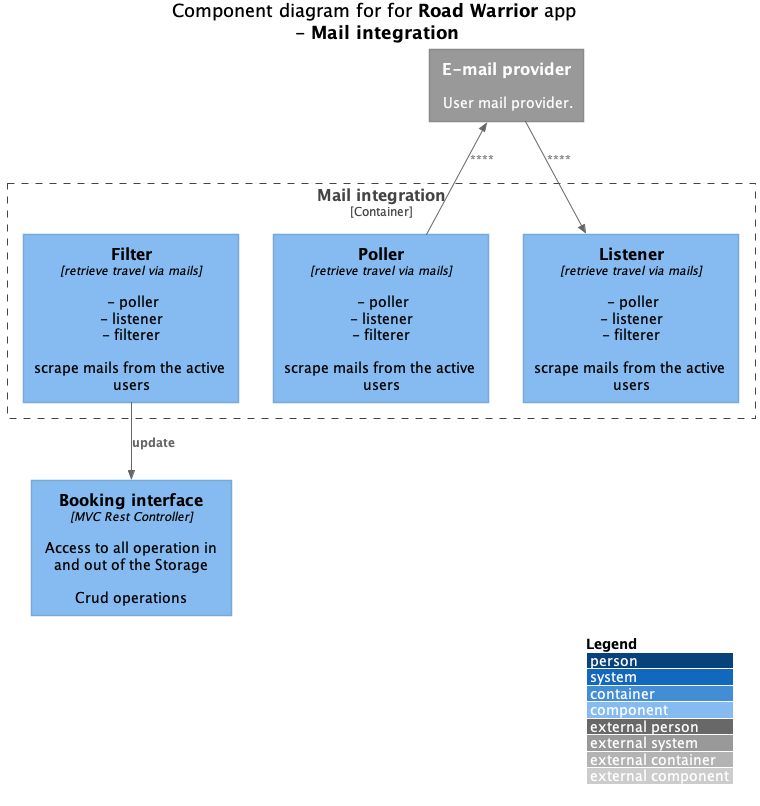
Before: doc/diagrams/c4-component_mail-integration.png, a diagram exported from PlantUML (relic-da/ArchEnemies). The source it was exported from:
```plantuml
@startuml
!include <c4/C4_Component.puml>

LAYOUT_WITH_LEGEND()

title Component diagram for for **Road Warrior** app\n - **Mail integration**


Container_Boundary(mail_integration, "Mail integration") {
    Component(mail_poller, "Poller", "retrieve travel via mails", "- poller\n- listener\n- filterer\n\nscrape mails from the active users")
    Component(mail_listener, "Listener", "retrieve travel via mails", "- poller\n- listener\n- filterer\n\nscrape mails from the active users")
    Component(mail_filter, "Filter", "retrieve travel via mails", "- poller\n- listener\n- filterer\n\nscrape mails from the active users")


}

Component(booking_interface, "Booking interface", "MVC Rest Controller", "Access to all operation in and out of the Storage\n\nCrud operations")

System_Ext(email_provider, "E-mail provider", "User mail provider.")


Rel(mail_filter, booking_interface, "update")
Rel(email_provider, mail_listener, "")
Rel_Back(email_provider, mail_poller, "")



@enduml
```
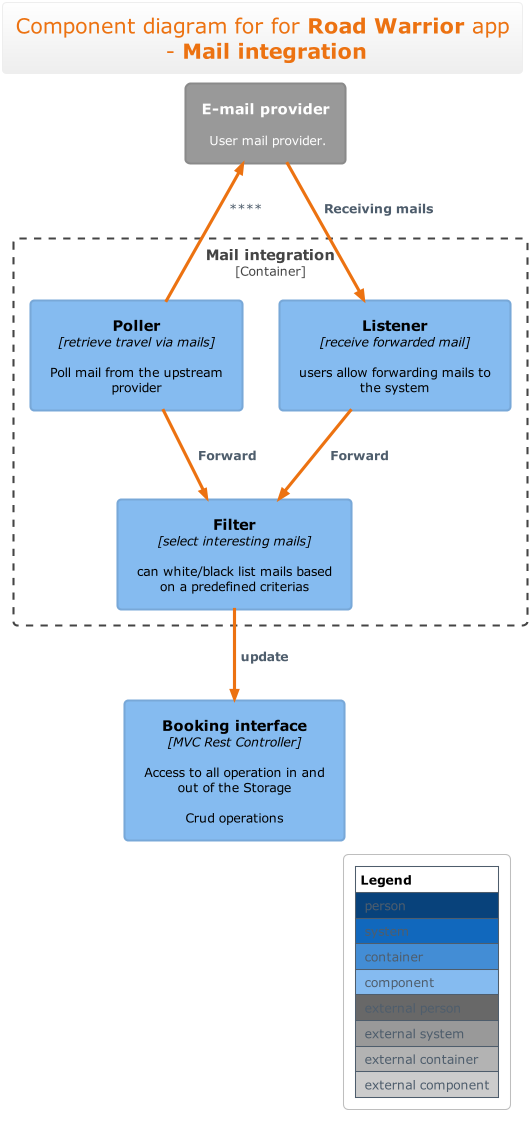
Above is the later version.

Commit message:
mail integration

What changed in the source:
```diff
@@ -1,5 +1,7 @@
 @startuml
 !include <c4/C4_Component.puml>
+!theme aws-orange
+skinparam BackgroundColor white
 
 LAYOUT_WITH_LEGEND()
 
@@ -7,10 +9,12 @@
 
 
 Container_Boundary(mail_integration, "Mail integration") {
-    Component(mail_poller, "Poller", "retrieve travel via mails", "- poller\n- listener\n- filterer\n\nscrape mails from the active users")
-    Component(mail_listener, "Listener", "retrieve travel via mails", "- poller\n- listener\n- filterer\n\nscrape mails from the active users")
-    Component(mail_filter, "Filter", "retrieve travel via mails", "- poller\n- listener\n- filterer\n\nscrape mails from the active users")
+Component(mail_poller, "Poller", "retrieve travel via mails", "Poll mail from the upstream provider")
+Component(mail_listener, "Listener", "receive forwarded mail", "users allow forwarding mails to the system")
+Component(mail_filter, "Filter", "select interesting mails", "can white/black list mails based on a predefined criterias")
 
+    Rel(mail_poller, mail_filter, "Forward")
+    Rel(mail_listener, mail_filter, "Forward")
 
 }
 
@@ -20,7 +24,7 @@
 
 
 Rel(mail_filter, booking_interface, "update")
-Rel(email_provider, mail_listener, "")
+Rel(email_provider, mail_listener, "Receiving mails")
 Rel_Back(email_provider, mail_poller, "")
 
 
```
